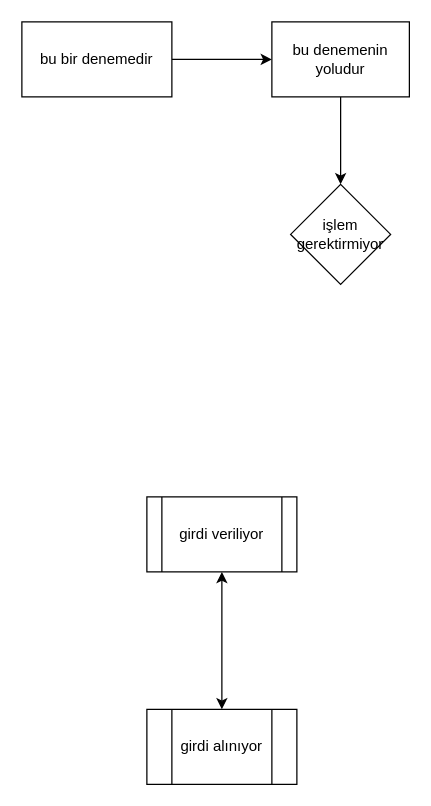
Before: ayelar.drawio in vimevim/python-chatbot-calismalari, a draw.io diagram. Source tidied: cells renumbered, new cells numbered last; positions are measured from the earlier drawing's top-left corner, leaving out a move shared by most shapes. Both pictures are drawn from the tidied source at 125%, with x=0, y=0 at pixel (21, 21).
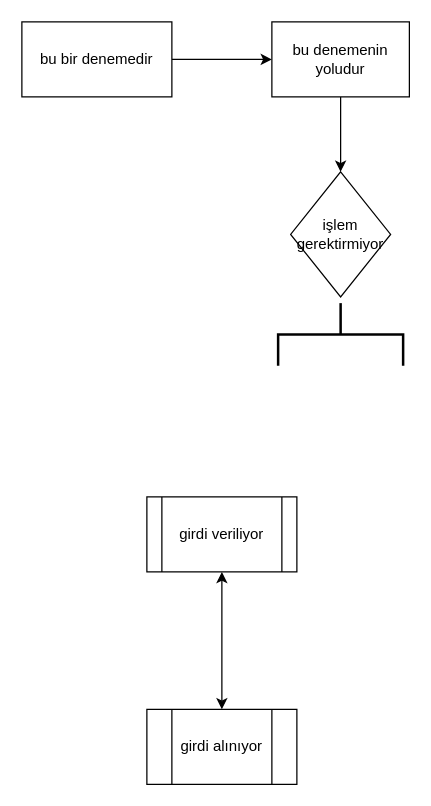
Above is the later version.

The edit, as a diff of the source:
```diff
@@
 <mxGraphModel>
   <root>
     <mxCell id="0" />
     <mxCell id="1" parent="0" />
     <mxCell id="2" style="edgeStyle=orthogonalEdgeStyle;rounded=0;jettySize=auto;html=1;" parent="1" edge="1" source="3" target="5">
       <mxGeometry relative="1" as="geometry" />
     </mxCell>
     <mxCell id="3" value="&lt;div&gt;bu bir denemedir&lt;/div&gt;" style="rounded=0;whiteSpace=wrap;html=1;" parent="1" vertex="1">
       <mxGeometry width="120" height="60" as="geometry" />
     </mxCell>
     <mxCell id="4" style="edgeStyle=orthogonalEdgeStyle;rounded=0;jettySize=auto;html=1;" parent="1" edge="1" source="5" target="6">
       <mxGeometry relative="1" as="geometry" />
     </mxCell>
     <mxCell id="5" value="&lt;div&gt;bu denemenin yoludur&lt;/div&gt;" style="rounded=0;whiteSpace=wrap;html=1;" parent="1" vertex="1">
       <mxGeometry x="200" width="110" height="60" as="geometry" />
     </mxCell>
     <mxCell id="6" value="işlem gerektirmiyor" style="rhombus;whiteSpace=wrap;html=1;rounded=0;" parent="1" vertex="1">
-      <mxGeometry x="215" y="130" width="80" height="80" as="geometry" />
+      <mxGeometry x="215" y="120" width="80" height="100" as="geometry" />
     </mxCell>
     <mxCell id="7" value="&lt;div&gt;girdi alınıyor&lt;/div&gt;" style="shape=process;whiteSpace=wrap;html=1;backgroundOutline=1;size=0.16666666666666666;" parent="1" vertex="1">
       <mxGeometry x="100" y="550" width="120" height="60" as="geometry" />
     </mxCell>
     <mxCell id="8" style="endArrow=classic;startArrow=classic;html=1;" parent="1" edge="1" target="9">
       <mxGeometry relative="1" as="geometry">
         <mxPoint x="160" y="550" as="sourcePoint" />
       </mxGeometry>
     </mxCell>
     <mxCell id="9" value="girdi veriliyor" style="shape=process;whiteSpace=wrap;html=1;backgroundOutline=1;" parent="1" vertex="1">
       <mxGeometry x="100" y="380" width="120" height="60" as="geometry" />
     </mxCell>
+    <mxCell id="10" style="strokeWidth=2;html=1;shape=mxgraph.flowchart.annotation_2;align=left;labelPosition=right;rotation=90;" parent="1" vertex="1">
+      <mxGeometry x="230" y="200" width="50" height="100" as="geometry" />
+    </mxCell>
   </root>
 </mxGraphModel>
```
